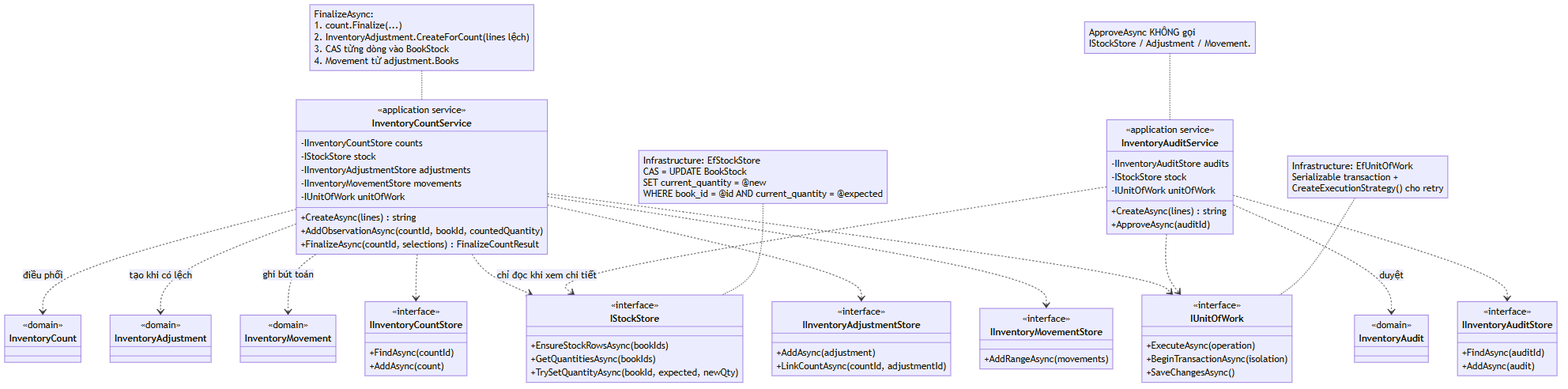
Above: docs/diagrams/kiet-class-services.png in swd392-group-1/swd392-sales-management-system (Mermaid), before the change. Its source is kept beside it as docs/diagrams/kiet-class-services.mmd. The source it was exported from:
```mermaid
classDiagram
    direction TB

    class InventoryCountService {
        <<application service>>
        -IInventoryCountStore counts
        -IStockStore stock
        -IInventoryAdjustmentStore adjustments
        -IInventoryMovementStore movements
        -IUnitOfWork unitOfWork
        +CreateAsync(lines) string
        +AddObservationAsync(countId, bookId, countedQuantity)
        +FinalizeAsync(countId, selections) FinalizeCountResult
    }

    class InventoryAuditService {
        <<application service>>
        -IInventoryAuditStore audits
        -IStockStore stock
        -IUnitOfWork unitOfWork
        +CreateAsync(lines) string
        +ApproveAsync(auditId)
    }

    class IInventoryCountStore {
        <<interface>>
        +FindAsync(countId)
        +AddAsync(count)
    }

    class IStockStore {
        <<interface>>
        +EnsureStockRowsAsync(bookIds)
        +GetQuantitiesAsync(bookIds)
        +TrySetQuantityAsync(bookId, expected, newQty)
    }

    class IInventoryAdjustmentStore {
        <<interface>>
        +AddAsync(adjustment)
        +LinkCountAsync(countId, adjustmentId)
    }

    class IInventoryMovementStore {
        <<interface>>
        +AddRangeAsync(movements)
    }

    class IInventoryAuditStore {
        <<interface>>
        +FindAsync(auditId)
        +AddAsync(audit)
    }

    class IUnitOfWork {
        <<interface>>
        +ExecuteAsync(operation)
        +BeginTransactionAsync(isolation)
        +SaveChangesAsync()
    }

    class InventoryCount {
        <<domain>>
    }

    class InventoryAdjustment {
        <<domain>>
    }

    class InventoryMovement {
        <<domain>>
    }

    class InventoryAudit {
        <<domain>>
    }

    InventoryCountService ..> InventoryCount : điều phối
    InventoryCountService ..> InventoryAdjustment : tạo khi có lệch
    InventoryCountService ..> InventoryMovement : ghi bút toán
    InventoryCountService ..> IInventoryCountStore
    InventoryCountService ..> IStockStore
    InventoryCountService ..> IInventoryAdjustmentStore
    InventoryCountService ..> IInventoryMovementStore
    InventoryCountService ..> IUnitOfWork

    InventoryAuditService ..> InventoryAudit : duyệt
    InventoryAuditService ..> IInventoryAuditStore
    InventoryAuditService ..> IStockStore : chỉ đọc khi xem chi tiết
    InventoryAuditService ..> IUnitOfWork

    note for IStockStore "Infrastructure: EfStockStore\nCAS = UPDATE BookStock\nSET current_quantity = @new\nWHERE book_id = @id AND current_quantity = @expected"
    note for IUnitOfWork "Infrastructure: EfUnitOfWork\nSerializable transaction +\nCreateExecutionStrategy() cho retry"
    note for InventoryCountService "FinalizeAsync:\n1. count.Finalize(...)\n2. InventoryAdjustment.CreateForCount(lines lệch)\n3. CAS từng dòng vào BookStock\n4. Movement từ adjustment.Books"
    note for InventoryAuditService "ApproveAsync KHÔNG gọi\nIStockStore / Adjustment / Movement."
```
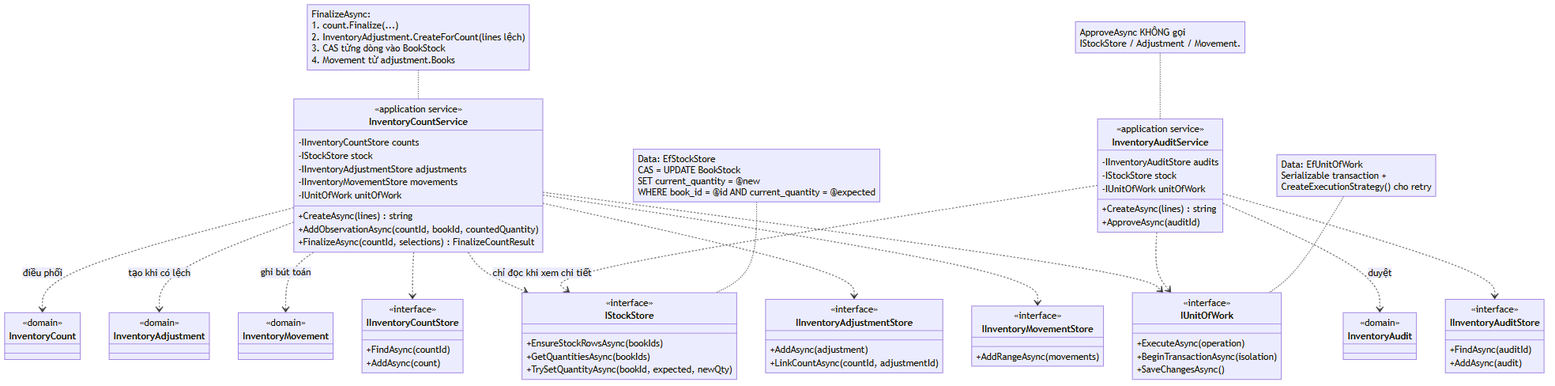
Above is the later version.

What changed in the source:
```diff
@@ -89,7 +89,7 @@
     InventoryAuditService ..> IStockStore : chỉ đọc khi xem chi tiết
     InventoryAuditService ..> IUnitOfWork
 
-    note for IStockStore "Infrastructure: EfStockStore\nCAS = UPDATE BookStock\nSET current_quantity = @new\nWHERE book_id = @id AND current_quantity = @expected"
-    note for IUnitOfWork "Infrastructure: EfUnitOfWork\nSerializable transaction +\nCreateExecutionStrategy() cho retry"
+    note for IStockStore "Data: EfStockStore\nCAS = UPDATE BookStock\nSET current_quantity = @new\nWHERE book_id = @id AND current_quantity = @expected"
+    note for IUnitOfWork "Data: EfUnitOfWork\nSerializable transaction +\nCreateExecutionStrategy() cho retry"
     note for InventoryCountService "FinalizeAsync:\n1. count.Finalize(...)\n2. InventoryAdjustment.CreateForCount(lines lệch)\n3. CAS từng dòng vào BookStock\n4. Movement từ adjustment.Books"
     note for InventoryAuditService "ApproveAsync KHÔNG gọi\nIStockStore / Adjustment / Movement."
```
